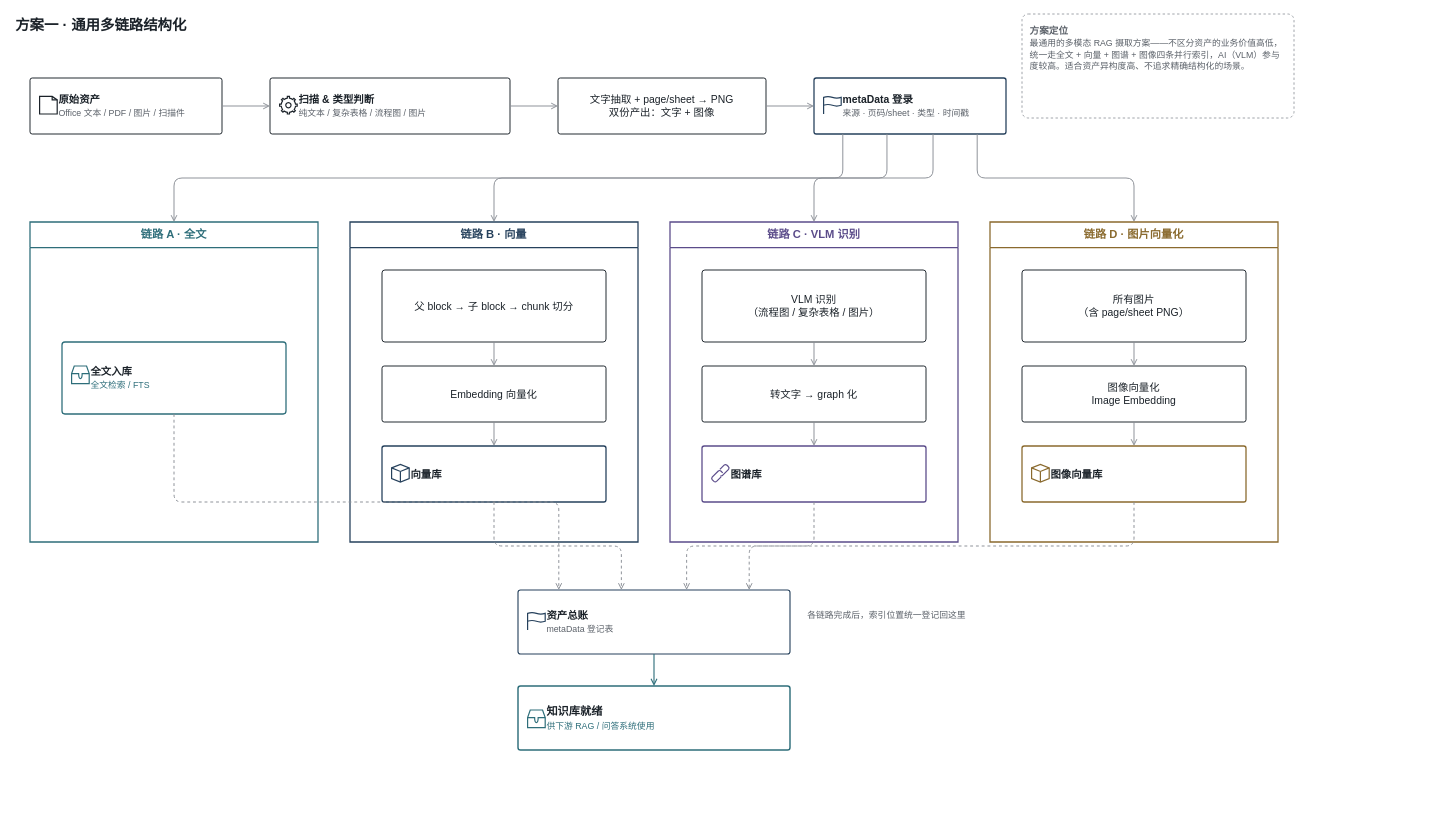
The draw.io diagram docs/public/diagrams/asset-structuring-01-general.drawio in tiand23/AICompass, before the edit. Source tidied: cells renumbered, new cells numbered last; positions are measured from the earlier drawing's top-left corner, leaving out a move shared by most shapes. Both pictures are drawn from the tidied source at 80%, with x=0, y=0 at pixel (14, 14).
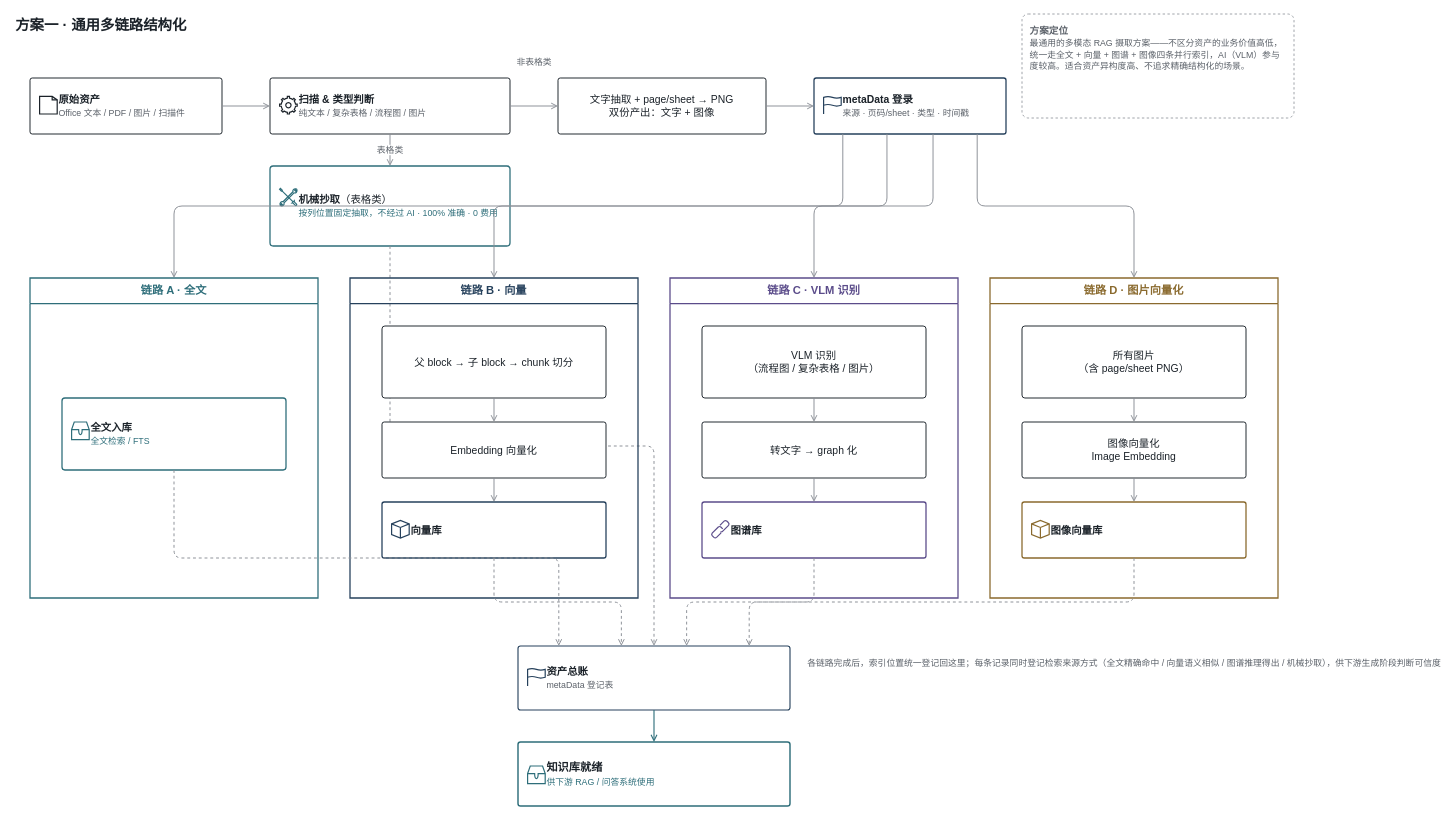
The same page after the edit.

The change refers to these unchanged cells:
```xml
<mxCell id="6" value="&lt;b&gt;扫描 &amp; 类型判断&lt;/b&gt;&lt;br&gt;&lt;font color=#5B6169 style=&quot;font-size:11px&quot;&gt;纯文本 / 复杂表格 / 流程图 / 图片&lt;/font&gt;" style="rounded=1;arcSize=4;whiteSpace=wrap;html=1;fillColor=#FFFFFF;strokeColor=#1B2229;strokeWidth=1.2;align=left;verticalAlign=middle;spacingLeft=34;fontSize=13;fontColor=#1B2229;fontFamily=Helvetica;" parent="1" vertex="1">
  <mxGeometry x="320" y="80" width="300" height="70" as="geometry" />
</mxCell>
<mxCell id="8" value="文字抽取 + page/sheet → PNG&#10;双份产出：文字 + 图像" style="rounded=1;arcSize=4;whiteSpace=wrap;html=1;fillColor=#FFFFFF;strokeColor=#1B2229;strokeWidth=1.2;fontSize=13;fontColor=#1B2229;fontFamily=Helvetica;" parent="1" vertex="1">
  <mxGeometry x="680" y="80" width="260" height="70" as="geometry" />
</mxCell>
```

Diff of the diagram source:
```diff
@@
-    <mxCell id="12" style="edgeStyle=orthogonalEdgeStyle;rounded=1;html=1;jettySize=auto;strokeWidth=1.2;strokeColor=#8A8F96;endArrow=open;endFill=0;" parent="1" edge="1" source="6" target="8">
-      <mxGeometry relative="1" as="geometry" />
+    <mxCell id="12" value="非表格类" style="edgeStyle=orthogonalEdgeStyle;rounded=1;html=1;jettySize=auto;strokeWidth=1.2;strokeColor=#8A8F96;endArrow=open;endFill=0;fontSize=11;fontColor=#5B6169;labelBackgroundColor=#FFFFFF;" parent="1" edge="1" source="6" target="8">
+      <mxGeometry relative="1" as="geometry">
+        <mxPoint y="-55" as="offset" />
+      </mxGeometry>
     </mxCell>
@@
+    <mxCell id="52" value="&lt;b&gt;机械抄取&lt;/b&gt;（表格类）&lt;br&gt;&lt;font color=#2E6E7A style=&quot;font-size:11px&quot;&gt;按列位置固定抽取，不经过 AI · 100% 准确 · 0 费用&lt;/font&gt;" style="rounded=1;arcSize=4;whiteSpace=wrap;html=1;fillColor=#FFFFFF;strokeColor=#2E6E7A;strokeWidth=1.6;align=left;verticalAlign=middle;spacingLeft=34;fontSize=13;fontColor=#1B2229;fontFamily=Helvetica;" parent="1" vertex="1">
+      <mxGeometry x="320" y="190" width="300" height="100" as="geometry" />
+    </mxCell>
+    <mxCell id="53" style="shape=mxgraph.ios7.icons.tools;html=1;strokeColor=#2E6E7A;fillColor=none;strokeWidth=1.5;" parent="1" vertex="1">
+      <mxGeometry x="332" y="218" width="22" height="22" as="geometry" />
+    </mxCell>
+    <mxCell id="54" value="表格类" style="edgeStyle=orthogonalEdgeStyle;rounded=1;html=1;jettySize=auto;strokeWidth=1.2;strokeColor=#8A8F96;endArrow=open;endFill=0;fontSize=11;fontColor=#5B6169;labelBackgroundColor=#FFFFFF;exitX=0.5;exitY=1;entryX=0.5;entryY=0;" parent="1" edge="1" source="6" target="52">
+      <mxGeometry relative="1" as="geometry" />
+    </mxCell>
+    <mxCell id="55" style="edgeStyle=orthogonalEdgeStyle;rounded=1;html=1;dashed=1;strokeWidth=1.2;strokeColor=#8A8F96;endArrow=open;endFill=0;exitX=0.5;exitY=1;entryX=0.5;entryY=0;" parent="1" edge="1" source="52" target="42">
+      <mxGeometry relative="1" as="geometry" />
+    </mxCell>
     <mxCell id="14" value="链路 A · 全文" style="swimlane;startSize=32;arcSize=2;whiteSpace=wrap;html=1;fillColor=none;strokeColor=#2E6E7A;fontSize=14;fontStyle=1;verticalAlign=top;fontColor=#2E6E7A;strokeWidth=1.6;fontFamily=Helvetica;swimlaneFillColor=none;" parent="1" vertex="1">
-      <mxGeometry x="20" y="260" width="360" height="400" as="geometry" />
+      <mxGeometry x="20" y="330" width="360" height="400" as="geometry" />
     </mxCell>
@@
     <mxCell id="17" value="链路 B · 向量" style="swimlane;startSize=32;arcSize=2;whiteSpace=wrap;html=1;fillColor=none;strokeColor=#26415C;fontSize=14;fontStyle=1;verticalAlign=top;fontColor=#26415C;strokeWidth=1.6;fontFamily=Helvetica;swimlaneFillColor=none;" parent="1" vertex="1">
-      <mxGeometry x="420" y="260" width="360" height="400" as="geometry" />
+      <mxGeometry x="420" y="330" width="360" height="400" as="geometry" />
     </mxCell>
@@
     <mxCell id="24" value="链路 C · VLM 识别" style="swimlane;startSize=32;arcSize=2;whiteSpace=wrap;html=1;fillColor=none;strokeColor=#5B4C8A;fontSize=14;fontStyle=1;verticalAlign=top;fontColor=#5B4C8A;strokeWidth=1.6;fontFamily=Helvetica;swimlaneFillColor=none;" parent="1" vertex="1">
-      <mxGeometry x="820" y="260" width="360" height="400" as="geometry" />
+      <mxGeometry x="820" y="330" width="360" height="400" as="geometry" />
     </mxCell>
@@
     <mxCell id="31" value="链路 D · 图片向量化" style="swimlane;startSize=32;arcSize=2;whiteSpace=wrap;html=1;fillColor=none;strokeColor=#8A6A2E;fontSize=14;fontStyle=1;verticalAlign=top;fontColor=#8A6A2E;strokeWidth=1.6;fontFamily=Helvetica;swimlaneFillColor=none;" parent="1" vertex="1">
-      <mxGeometry x="1220" y="260" width="360" height="400" as="geometry" />
+      <mxGeometry x="1220" y="330" width="360" height="400" as="geometry" />
     </mxCell>
@@
     <mxCell id="42" value="&lt;b&gt;资产总账&lt;/b&gt;&lt;br&gt;&lt;font color=#5B6169 style=&quot;font-size:11px&quot;&gt;metaData 登记表&lt;/font&gt;" style="rounded=1;arcSize=4;whiteSpace=wrap;html=1;fillColor=#FFFFFF;strokeColor=#26415C;strokeWidth=1.4;align=left;verticalAlign=middle;spacingLeft=34;fontSize=13;fontColor=#1B2229;fontFamily=Helvetica;" parent="1" vertex="1">
-      <mxGeometry x="630" y="720" width="340" height="80" as="geometry" />
+      <mxGeometry x="630" y="790" width="340" height="80" as="geometry" />
     </mxCell>
     <mxCell id="43" style="shape=mxgraph.ios7.icons.flag;html=1;strokeColor=#26415C;fillColor=none;strokeWidth=1.5;" parent="1" vertex="1">
-      <mxGeometry x="642" y="748" width="22" height="22" as="geometry" />
+      <mxGeometry x="642" y="818" width="22" height="22" as="geometry" />
     </mxCell>
-    <mxCell id="44" value="各链路完成后，索引位置统一登记回这里" style="text;html=1;fontSize=11;fontColor=#5B6169;align=left;fontFamily=Helvetica;" parent="1" vertex="1">
-      <mxGeometry x="990" y="738" width="320" height="40" as="geometry" />
+    <mxCell id="44" value="各链路完成后，索引位置统一登记回这里；每条记录同时登记检索来源方式（全文精确命中 / 向量语义相似 / 图谱推理得出 / 机械抄取），供下游生成阶段判断可信度" style="text;html=1;fontSize=11;fontColor=#5B6169;align=left;verticalAlign=top;fontFamily=Helvetica;" parent="1" vertex="1">
+      <mxGeometry x="990" y="798" width="360" height="80" as="geometry" />
     </mxCell>
@@
     <mxCell id="49" value="&lt;b&gt;知识库就绪&lt;/b&gt;&lt;br&gt;&lt;font color=#2E6E7A style=&quot;font-size:11px&quot;&gt;供下游 RAG / 问答系统使用&lt;/font&gt;" style="rounded=1;arcSize=4;whiteSpace=wrap;html=1;fillColor=#FFFFFF;strokeColor=#2E6E7A;strokeWidth=1.8;align=left;verticalAlign=middle;spacingLeft=34;fontSize=14;fontColor=#1B2229;fontFamily=Helvetica;" parent="1" vertex="1">
-      <mxGeometry x="630" y="840" width="340" height="80" as="geometry" />
+      <mxGeometry x="630" y="910" width="340" height="80" as="geometry" />
     </mxCell>
     <mxCell id="50" style="shape=mxgraph.ios7.icons.storage;html=1;strokeColor=#2E6E7A;fillColor=none;strokeWidth=1.5;" parent="1" vertex="1">
-      <mxGeometry x="642" y="870" width="22" height="22" as="geometry" />
+      <mxGeometry x="642" y="940" width="22" height="22" as="geometry" />
     </mxCell>
```
